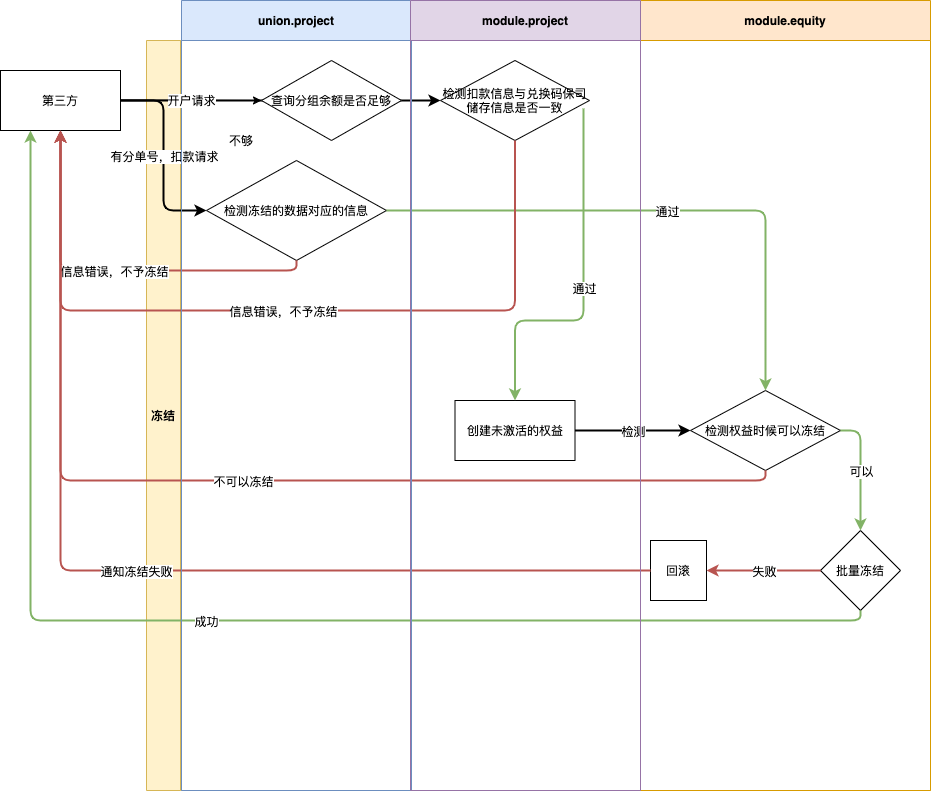
zuoqiang320/uniondrug keeps this draw.io diagram as 权益冻结.png. Above is the earlier version. Source tidied: cells renumbered, new cells last; positions are measured from the earlier drawing's top-left corner, leaving out a move shared by most shapes. The source it was exported from:
```xml
<mxGraphModel>
  <root>
    <mxCell id="0" />
    <mxCell id="1" parent="0" />
    <mxCell id="2" value="检测扣款信息与兑换码保司储存信息是否一致" style="rhombus;whiteSpace=wrap;html=1;startSize=34;strokeWidth=1;" parent="1" vertex="1">
      <mxGeometry x="440" y="60" width="149" height="80" as="geometry" />
    </mxCell>
    <mxCell id="3" value="创建未激活的权益" style="rounded=0;whiteSpace=wrap;html=1;startSize=34;strokeWidth=1;" parent="1" vertex="1">
      <mxGeometry x="454.5" y="400" width="120" height="60" as="geometry" />
    </mxCell>
    <mxCell id="4" style="endArrow=classic;html=1;strokeWidth=2;exitX=0.96;exitY=0.6;exitDx=0;exitDy=0;exitPerimeter=0;entryX=0.5;entryY=0;entryDx=0;entryDy=0;edgeStyle=orthogonalEdgeStyle;fillColor=#d5e8d4;strokeColor=#82b366;" parent="1" edge="1" source="2" target="3">
      <mxGeometry relative="1" as="geometry">
        <Array as="points">
          <mxPoint x="583" y="320" />
          <mxPoint x="515" y="320" />
        </Array>
      </mxGeometry>
    </mxCell>
    <mxCell id="5" value="通过" style="edgeLabel;html=1;align=center;verticalAlign=middle;" parent="4" vertex="1">
      <mxGeometry relative="1" as="geometry" />
    </mxCell>
    <mxCell id="6" value="检测冻结的数据对应的信息" style="rhombus;whiteSpace=wrap;html=1;startSize=34;strokeWidth=1;" parent="1" vertex="1">
      <mxGeometry x="206" y="160" width="180" height="100" as="geometry" />
    </mxCell>
    <mxCell id="7" value="检测权益时候可以冻结" style="rhombus;whiteSpace=wrap;html=1;startSize=34;strokeWidth=1;" parent="1" vertex="1">
      <mxGeometry x="690" y="390" width="150" height="80" as="geometry" />
    </mxCell>
    <mxCell id="8" value="批量冻结" style="rhombus;whiteSpace=wrap;html=1;startSize=34;strokeWidth=1;" parent="1" vertex="1">
      <mxGeometry x="820" y="530" width="80" height="80" as="geometry" />
    </mxCell>
    <mxCell id="9" value="冻结" style="swimlane;direction=north;fillColor=#fff2cc;strokeColor=#d6b656;startSize=34;verticalAlign=middle;" parent="1" vertex="1">
      <mxGeometry x="146" y="40" width="784" height="750" as="geometry" />
    </mxCell>
    <mxCell id="10" style="endArrow=classic;html=1;strokeWidth=2;exitX=1;exitY=0.5;exitDx=0;exitDy=0;" parent="9" edge="1" source="3">
      <mxGeometry relative="1" as="geometry">
        <mxPoint x="544" y="390" as="targetPoint" />
      </mxGeometry>
    </mxCell>
    <mxCell id="11" value="检测" style="edgeLabel;html=1;align=center;verticalAlign=middle;" parent="10" vertex="1">
      <mxGeometry relative="1" as="geometry" />
    </mxCell>
    <mxCell id="12" value="回滚" style="rounded=0;whiteSpace=wrap;html=1;startSize=34;strokeWidth=1;" parent="9" vertex="1">
      <mxGeometry x="504" y="500" width="56" height="60" as="geometry" />
    </mxCell>
    <mxCell id="13" value="第三方" style="whiteSpace=wrap;html=1;align=center;newEdgeStyle={&quot;edgeStyle&quot;:&quot;elbowEdgeStyle&quot;,&quot;startArrow&quot;:&quot;none&quot;,&quot;endArrow&quot;:&quot;none&quot;};" parent="1" vertex="1">
      <mxGeometry y="70" width="120" height="60" as="geometry" />
    </mxCell>
    <mxCell id="14" style="endArrow=classic;html=1;strokeWidth=2;exitX=0.5;exitY=1;exitDx=0;exitDy=0;entryX=0.5;entryY=1;entryDx=0;entryDy=0;edgeStyle=orthogonalEdgeStyle;fillColor=#f8cecc;strokeColor=#b85450;" parent="1" edge="1" source="6" target="13">
      <mxGeometry relative="1" as="geometry" />
    </mxCell>
    <mxCell id="15" value="信息错误，不予冻结" style="edgeLabel;html=1;align=center;verticalAlign=middle;" parent="14" vertex="1">
      <mxGeometry relative="1" as="geometry" />
    </mxCell>
    <mxCell id="16" style="endArrow=classic;html=1;strokeWidth=2;exitX=1;exitY=0.5;exitDx=0;exitDy=0;entryX=0.5;entryY=0;entryDx=0;entryDy=0;edgeStyle=orthogonalEdgeStyle;fillColor=#d5e8d4;strokeColor=#82b366;" parent="1" edge="1" source="6" target="7">
      <mxGeometry relative="1" as="geometry" />
    </mxCell>
    <mxCell id="17" value="通过" style="edgeLabel;html=1;align=center;verticalAlign=middle;" parent="16" vertex="1">
      <mxGeometry relative="1" as="geometry" />
    </mxCell>
    <mxCell id="18" style="endArrow=classic;html=1;strokeWidth=2;edgeStyle=orthogonalEdgeStyle;entryX=0;entryY=0.5;entryDx=0;entryDy=0;" parent="1" edge="1" target="6">
      <mxGeometry relative="1" as="geometry">
        <mxPoint x="120" y="100" as="sourcePoint" />
      </mxGeometry>
    </mxCell>
    <mxCell id="19" value="有分单号，扣款请求" style="edgeLabel;html=1;align=center;verticalAlign=middle;" parent="18" vertex="1">
      <mxGeometry relative="1" as="geometry" />
    </mxCell>
    <mxCell id="20" style="endArrow=classic;html=1;strokeWidth=2;entryX=0;entryY=0.5;entryDx=0;entryDy=0;" parent="1" edge="1" target="2">
      <mxGeometry relative="1" as="geometry">
        <mxPoint x="120" y="100" as="sourcePoint" />
      </mxGeometry>
    </mxCell>
    <mxCell id="21" style="endArrow=classic;html=1;strokeWidth=2;exitX=0.5;exitY=1;exitDx=0;exitDy=0;edgeStyle=orthogonalEdgeStyle;entryX=0.5;entryY=1;entryDx=0;entryDy=0;fillColor=#f8cecc;strokeColor=#b85450;" parent="1" edge="1" source="2" target="13">
      <mxGeometry relative="1" as="geometry">
        <Array as="points">
          <mxPoint x="515" y="310" />
          <mxPoint x="60" y="310" />
        </Array>
      </mxGeometry>
    </mxCell>
    <mxCell id="22" value="信息错误，不予冻结" style="edgeLabel;html=1;align=center;verticalAlign=middle;" parent="21" vertex="1">
      <mxGeometry relative="1" as="geometry" />
    </mxCell>
    <mxCell id="23" style="endArrow=classic;html=1;strokeWidth=2;exitX=1;exitY=0.5;exitDx=0;exitDy=0;edgeStyle=orthogonalEdgeStyle;fillColor=#d5e8d4;strokeColor=#82b366;" parent="1" edge="1" source="7">
      <mxGeometry relative="1" as="geometry">
        <mxPoint x="860" y="530" as="targetPoint" />
      </mxGeometry>
    </mxCell>
    <mxCell id="24" value="可以" style="edgeLabel;html=1;align=center;verticalAlign=middle;" parent="23" vertex="1">
      <mxGeometry relative="1" as="geometry" />
    </mxCell>
    <mxCell id="25" style="endArrow=classic;html=1;strokeWidth=2;exitX=0.5;exitY=1;exitDx=0;exitDy=0;entryX=0.5;entryY=1;entryDx=0;entryDy=0;edgeStyle=orthogonalEdgeStyle;fillColor=#f8cecc;strokeColor=#b85450;" parent="1" edge="1" source="7" target="13">
      <mxGeometry relative="1" as="geometry" />
    </mxCell>
    <mxCell id="26" value="不可以冻结" style="edgeLabel;html=1;align=center;verticalAlign=middle;" parent="25" vertex="1">
      <mxGeometry relative="1" as="geometry" />
    </mxCell>
    <mxCell id="27" style="endArrow=classic;html=1;strokeWidth=2;entryX=1;entryY=0.5;entryDx=0;entryDy=0;fillColor=#f8cecc;strokeColor=#b85450;" parent="1" edge="1" target="12">
      <mxGeometry relative="1" as="geometry">
        <mxPoint x="820" y="570" as="sourcePoint" />
      </mxGeometry>
    </mxCell>
    <mxCell id="28" value="失败" style="edgeLabel;html=1;align=center;verticalAlign=middle;" parent="27" vertex="1">
      <mxGeometry relative="1" as="geometry" />
    </mxCell>
    <mxCell id="29" style="endArrow=classic;html=1;strokeWidth=2;exitX=0;exitY=0.5;exitDx=0;exitDy=0;entryX=0.5;entryY=1;entryDx=0;entryDy=0;edgeStyle=orthogonalEdgeStyle;fillColor=#f8cecc;strokeColor=#b85450;" parent="1" edge="1" source="12" target="13">
      <mxGeometry relative="1" as="geometry" />
    </mxCell>
    <mxCell id="30" value="通知冻结失败" style="edgeLabel;html=1;align=center;verticalAlign=middle;" parent="29" vertex="1">
      <mxGeometry relative="1" as="geometry" />
    </mxCell>
    <mxCell id="31" style="endArrow=classic;html=1;strokeWidth=2;exitX=0.5;exitY=1;exitDx=0;exitDy=0;entryX=0.25;entryY=1;entryDx=0;entryDy=0;edgeStyle=orthogonalEdgeStyle;fillColor=#d5e8d4;strokeColor=#82b366;" parent="1" edge="1" source="8" target="13">
      <mxGeometry relative="1" as="geometry" />
    </mxCell>
    <mxCell id="32" value="成功" style="edgeLabel;html=1;align=center;verticalAlign=middle;" parent="31" vertex="1">
      <mxGeometry relative="1" as="geometry" />
    </mxCell>
    <mxCell id="33" value="module.equity" style="swimlane;startSize=40;fillColor=#ffe6cc;strokeColor=#d79b00;" parent="1" vertex="1">
      <mxGeometry x="640" width="290" height="790" as="geometry" />
    </mxCell>
    <mxCell id="34" value="union.project" style="swimlane;startSize=40;fillColor=#dae8fc;strokeColor=#6c8ebf;" parent="1" vertex="1">
      <mxGeometry x="181" width="230" height="790" as="geometry" />
    </mxCell>
    <mxCell id="35" style="endArrow=classic;html=1;entryX=0;entryY=0.5;entryDx=0;entryDy=0;" parent="34" edge="1" target="38">
      <mxGeometry relative="1" as="geometry">
        <mxPoint x="-60" y="99.5" as="sourcePoint" />
      </mxGeometry>
    </mxCell>
    <mxCell id="36" value="开户请求" style="edgeLabel;html=1;align=center;verticalAlign=middle;" parent="35" vertex="1">
      <mxGeometry relative="1" as="geometry" />
    </mxCell>
    <mxCell id="37" value="不够" style="text;html=1;strokeColor=none;fillColor=none;align=center;verticalAlign=middle;whiteSpace=wrap;rounded=0;" parent="34" vertex="1">
      <mxGeometry x="40" y="130" width="40" height="20" as="geometry" />
    </mxCell>
    <mxCell id="38" value="查询分组余额是否足够" style="rhombus;whiteSpace=wrap;html=1;" parent="34" vertex="1">
      <mxGeometry x="80" y="60" width="140" height="80" as="geometry" />
    </mxCell>
    <mxCell id="39" value="module.project" style="swimlane;startSize=40;fillColor=#e1d5e7;strokeColor=#9673a6;strokeWidth=1;" parent="1" vertex="1">
      <mxGeometry x="410" width="230" height="790" as="geometry" />
    </mxCell>
  </root>
</mxGraphModel>
```
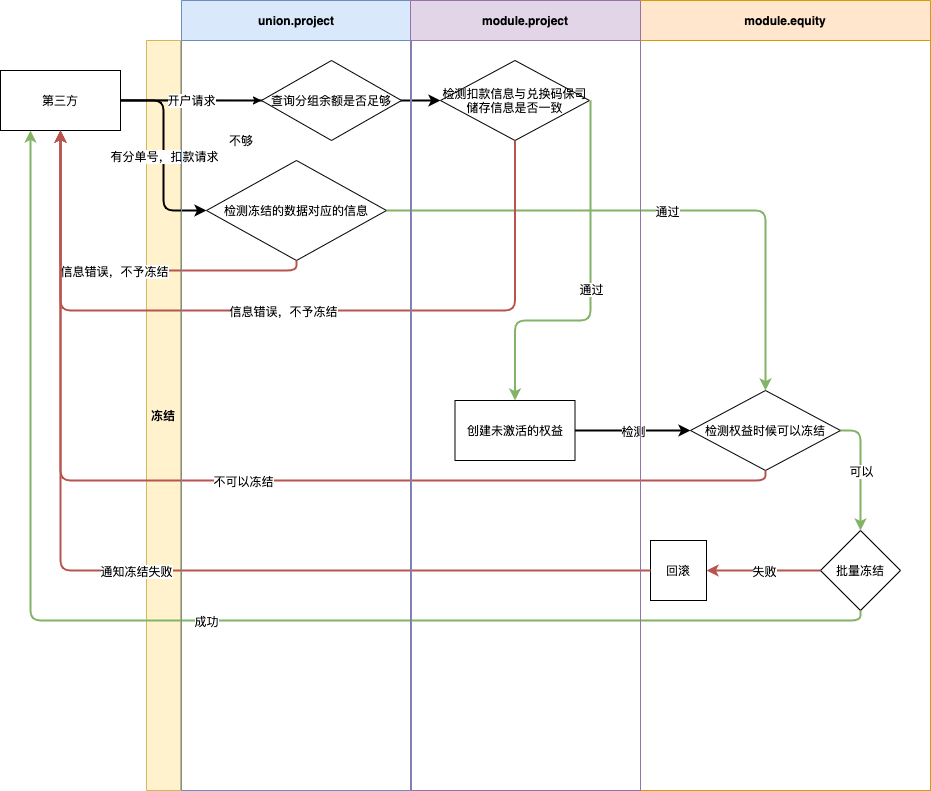
After the commit.

Commit message:
更新权益冻结.png

The edit, as a diff of the source:
```diff
@@ -8,10 +8,11 @@
     <mxCell id="3" value="创建未激活的权益" style="rounded=0;whiteSpace=wrap;html=1;startSize=34;strokeWidth=1;" parent="1" vertex="1">
       <mxGeometry x="454.5" y="400" width="120" height="60" as="geometry" />
     </mxCell>
-    <mxCell id="4" style="endArrow=classic;html=1;strokeWidth=2;exitX=0.96;exitY=0.6;exitDx=0;exitDy=0;exitPerimeter=0;entryX=0.5;entryY=0;entryDx=0;entryDy=0;edgeStyle=orthogonalEdgeStyle;fillColor=#d5e8d4;strokeColor=#82b366;" parent="1" edge="1" source="2" target="3">
+    <mxCell id="4" style="endArrow=classic;html=1;strokeWidth=2;entryX=0.5;entryY=0;entryDx=0;entryDy=0;edgeStyle=orthogonalEdgeStyle;fillColor=#d5e8d4;strokeColor=#82b366;" parent="1" edge="1" target="3">
       <mxGeometry relative="1" as="geometry">
+        <mxPoint x="590" y="100" as="sourcePoint" />
         <Array as="points">
-          <mxPoint x="583" y="320" />
+          <mxPoint x="590" y="320" />
           <mxPoint x="515" y="320" />
         </Array>
       </mxGeometry>
```
